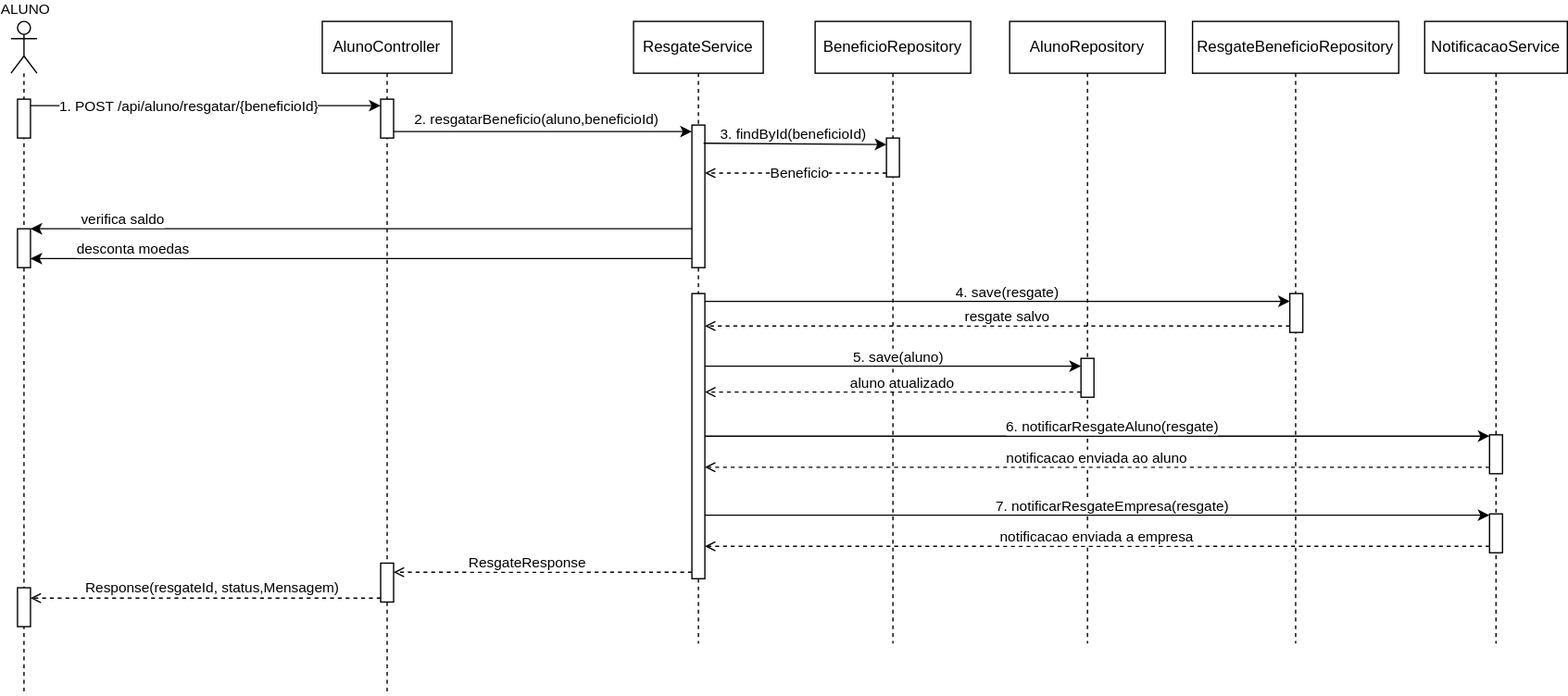
Earlier version of the draw.io export projeto/diagramas de sequencia/DiagramaDeSequenciaTroca de vantagens.svg (Puc-Minas-activities-organization/Sistema-de-Moeda-Estudantil). Source tidied: cells renumbered, new cells last; positions are measured from the earlier drawing's top-left corner, leaving out a move shared by most shapes.
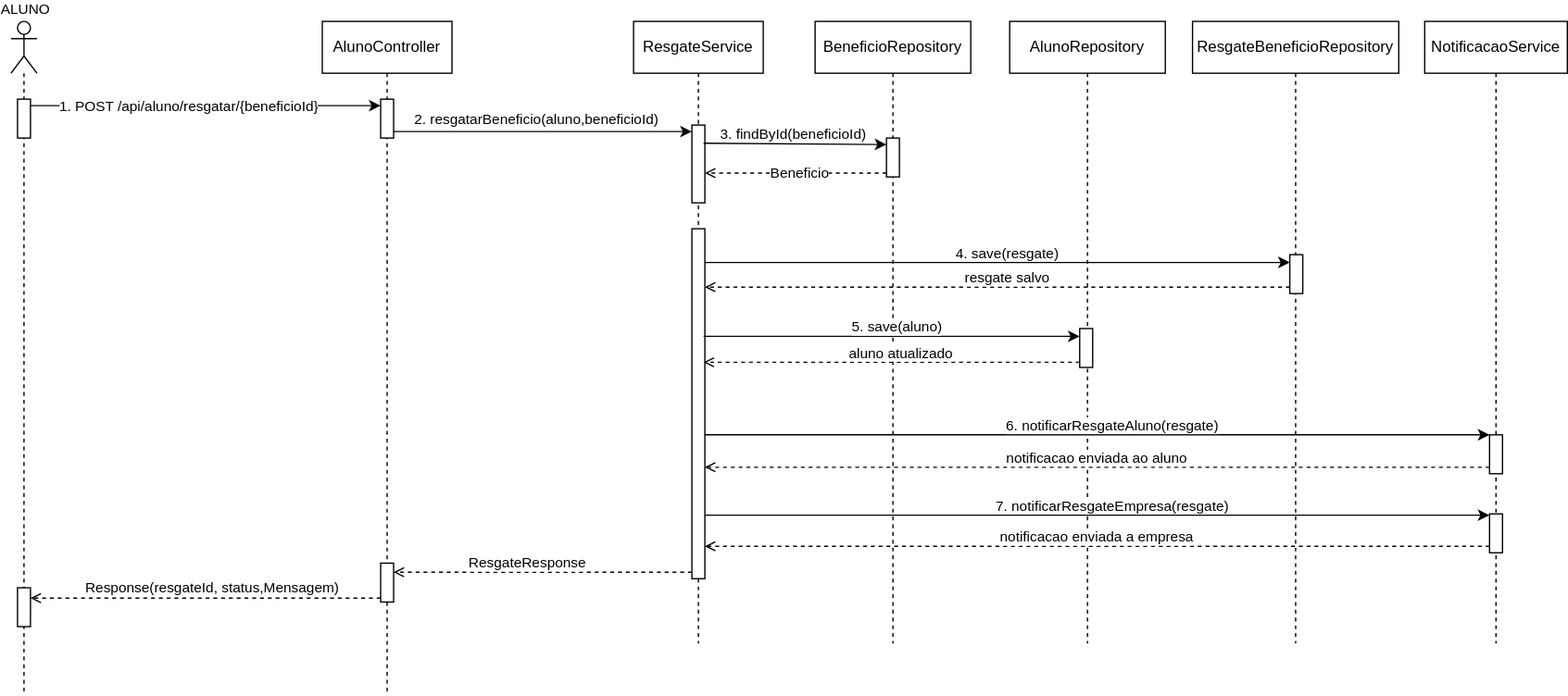
After the change.

Commit message:
Atualizando diagrama

Diff of the diagram source:
```diff
@@ -8,9 +8,6 @@
     <mxCell id="3" style="html=1;points=[[0,0,0,0,5],[0,1,0,0,-5],[1,0,0,0,5],[1,1,0,0,-5]];perimeter=orthogonalPerimeter;outlineConnect=0;targetShapes=umlLifeline;portConstraint=eastwest;newEdgeStyle={&quot;curved&quot;:0,&quot;rounded&quot;:0};" parent="2" vertex="1">
       <mxGeometry x="5" y="60" width="10" height="30" as="geometry" />
     </mxCell>
-    <mxCell id="4" style="html=1;points=[[0,0,0,0,5],[0,1,0,0,-5],[1,0,0,0,5],[1,1,0,0,-5]];perimeter=orthogonalPerimeter;outlineConnect=0;targetShapes=umlLifeline;portConstraint=eastwest;newEdgeStyle={&quot;curved&quot;:0,&quot;rounded&quot;:0};" parent="2" vertex="1">
-      <mxGeometry x="5" y="160" width="10" height="30" as="geometry" />
-    </mxCell>
     <mxCell id="5" style="html=1;points=[[0,0,0,0,5],[0,1,0,0,-5],[1,0,0,0,5],[1,1,0,0,-5]];perimeter=orthogonalPerimeter;outlineConnect=0;targetShapes=umlLifeline;portConstraint=eastwest;newEdgeStyle={&quot;curved&quot;:0,&quot;rounded&quot;:0};" parent="2" vertex="1">
       <mxGeometry x="5" y="437" width="10" height="30" as="geometry" />
     </mxCell>
@@ -33,10 +30,10 @@
       <mxGeometry x="480" y="10" width="100" height="480" as="geometry" />
     </mxCell>
     <mxCell id="12" style="html=1;points=[[0,0,0,0,5],[0,1,0,0,-5],[1,0,0,0,5],[1,1,0,0,-5]];perimeter=orthogonalPerimeter;outlineConnect=0;targetShapes=umlLifeline;portConstraint=eastwest;newEdgeStyle={&quot;curved&quot;:0,&quot;rounded&quot;:0};" parent="11" vertex="1">
-      <mxGeometry x="45" y="80" width="10" height="110" as="geometry" />
+      <mxGeometry x="45" y="80" width="10" height="60" as="geometry" />
     </mxCell>
     <mxCell id="13" style="html=1;points=[[0,0,0,0,5],[0,1,0,0,-5],[1,0,0,0,5],[1,1,0,0,-5]];perimeter=orthogonalPerimeter;outlineConnect=0;targetShapes=umlLifeline;portConstraint=eastwest;newEdgeStyle={&quot;curved&quot;:0,&quot;rounded&quot;:0};" parent="11" vertex="1">
-      <mxGeometry x="45" y="210" width="10" height="220" as="geometry" />
+      <mxGeometry x="45" y="160" width="10" height="270" as="geometry" />
     </mxCell>
     <mxCell id="14" style="edgeStyle=none;html=1;curved=0;rounded=0;" parent="1" edge="1" target="12">
       <mxGeometry relative="1" as="geometry">
@@ -72,34 +69,15 @@
     <mxCell id="21" value="Beneficio" style="edgeLabel;html=1;align=center;verticalAlign=middle;" parent="20" vertex="1">
       <mxGeometry x="-0.03" y="-1" relative="1" as="geometry" />
     </mxCell>
-    <mxCell id="22" style="edgeStyle=none;html=1;curved=0;rounded=0;" parent="1" edge="1" source="12" target="4">
-      <mxGeometry relative="1" as="geometry" />
-    </mxCell>
-    <mxCell id="23" value="verifica saldo" style="edgeLabel;html=1;align=center;verticalAlign=middle;" parent="22" vertex="1">
-      <mxGeometry x="-0.05" y="-2" relative="1" as="geometry">
-        <mxPoint x="-199" y="-6" as="offset" />
-      </mxGeometry>
-    </mxCell>
-    <mxCell id="24" style="edgeStyle=none;html=1;curved=0;rounded=0;" parent="1" edge="1">
-      <mxGeometry relative="1" as="geometry">
-        <mxPoint x="525" y="193" as="sourcePoint" />
-        <mxPoint x="15" y="193" as="targetPoint" />
-      </mxGeometry>
-    </mxCell>
-    <mxCell id="25" value="desconta moedas" style="edgeLabel;html=1;align=center;verticalAlign=middle;" parent="1" vertex="1">
-      <mxGeometry x="109.3" y="163" as="geometry">
-        <mxPoint x="-16" y="22" as="offset" />
-      </mxGeometry>
-    </mxCell>
     <mxCell id="26" value="AlunoRepository" style="shape=umlLifeline;perimeter=lifelinePerimeter;whiteSpace=wrap;html=1;newEdgeStyle={&quot;curved&quot;:0,&quot;rounded&quot;:0};" parent="1" vertex="1">
       <mxGeometry x="770" y="10" width="120" height="480" as="geometry" />
     </mxCell>
     <mxCell id="27" style="html=1;points=[[0,0,0,0,5],[0,1,0,0,-5],[1,0,0,0,5],[1,1,0,0,-5]];perimeter=orthogonalPerimeter;outlineConnect=0;targetShapes=umlLifeline;portConstraint=eastwest;newEdgeStyle={&quot;curved&quot;:0,&quot;rounded&quot;:0};" parent="26" vertex="1">
-      <mxGeometry x="55" y="260" width="10" height="30" as="geometry" />
+      <mxGeometry x="54" y="237" width="10" height="30" as="geometry" />
     </mxCell>
     <mxCell id="28" style="edgeStyle=none;html=1;curved=0;rounded=0;" parent="26" edge="1" target="27">
       <mxGeometry relative="1" as="geometry">
-        <mxPoint x="-235" y="266" as="sourcePoint" />
+        <mxPoint x="-236" y="243" as="sourcePoint" />
       </mxGeometry>
     </mxCell>
     <mxCell id="29" value="5. save(aluno)" style="edgeLabel;html=1;align=center;verticalAlign=middle;" parent="28" vertex="1">
@@ -109,8 +87,8 @@
     </mxCell>
     <mxCell id="30" style="edgeStyle=none;html=1;curved=0;rounded=0;dashed=1;endArrow=open;endFill=0;" parent="26" edge="1">
       <mxGeometry relative="1" as="geometry">
-        <mxPoint x="55" y="286" as="sourcePoint" />
-        <mxPoint x="-235" y="286" as="targetPoint" />
+        <mxPoint x="54" y="263" as="sourcePoint" />
+        <mxPoint x="-236" y="263" as="targetPoint" />
       </mxGeometry>
     </mxCell>
     <mxCell id="31" value="aluno atualizado" style="edgeLabel;html=1;align=center;verticalAlign=middle;" parent="30" vertex="1">
@@ -124,9 +102,6 @@
     <mxCell id="33" value="ResgateBeneficioRepository" style="shape=umlLifeline;perimeter=lifelinePerimeter;whiteSpace=wrap;html=1;newEdgeStyle={&quot;curved&quot;:0,&quot;rounded&quot;:0};" parent="1" vertex="1">
       <mxGeometry x="911" y="10" width="159" height="480" as="geometry" />
     </mxCell>
-    <mxCell id="34" style="html=1;points=[[0,0,0,0,5],[0,1,0,0,-5],[1,0,0,0,5],[1,1,0,0,-5]];perimeter=orthogonalPerimeter;outlineConnect=0;targetShapes=umlLifeline;portConstraint=eastwest;newEdgeStyle={&quot;curved&quot;:0,&quot;rounded&quot;:0};" parent="33" vertex="1">
-      <mxGeometry x="75" y="210" width="10" height="30" as="geometry" />
-    </mxCell>
     <mxCell id="35" style="html=1;points=[[0,0,0,0,5],[0,1,0,0,-5],[1,0,0,0,5],[1,1,0,0,-5]];perimeter=orthogonalPerimeter;outlineConnect=0;targetShapes=umlLifeline;portConstraint=eastwest;newEdgeStyle={&quot;curved&quot;:0,&quot;rounded&quot;:0};" parent="33" vertex="1">
       <mxGeometry x="229" y="319" width="10" height="30" as="geometry" />
     </mxCell>
@@ -153,9 +128,9 @@
         <mxPoint x="-3" y="-7" as="offset" />
       </mxGeometry>
     </mxCell>
-    <mxCell id="41" style="edgeStyle=none;html=1;curved=0;rounded=0;" parent="1" edge="1" target="34">
+    <mxCell id="41" style="edgeStyle=none;html=1;curved=0;rounded=0;" parent="33" edge="1" target="34">
       <mxGeometry relative="1" as="geometry">
-        <mxPoint x="535" y="226" as="sourcePoint" />
+        <mxPoint x="-376" y="186" as="sourcePoint" />
       </mxGeometry>
     </mxCell>
     <mxCell id="42" value="4. save(resgate)" style="edgeLabel;html=1;align=center;verticalAlign=middle;" parent="41" vertex="1">
@@ -163,14 +138,19 @@
         <mxPoint x="-3" y="-7" as="offset" />
       </mxGeometry>
     </mxCell>
-    <mxCell id="43" style="edgeStyle=none;html=1;curved=0;rounded=0;dashed=1;endArrow=open;endFill=0;exitX=0;exitY=1;exitDx=0;exitDy=-5;exitPerimeter=0;" parent="1" edge="1" source="34" target="13">
-      <mxGeometry relative="1" as="geometry" />
+    <mxCell id="43" style="edgeStyle=none;html=1;curved=0;rounded=0;dashed=1;endArrow=open;endFill=0;exitX=0;exitY=1;exitDx=0;exitDy=-5;exitPerimeter=0;" parent="33" edge="1" source="34">
+      <mxGeometry relative="1" as="geometry">
+        <mxPoint x="-376" y="205" as="targetPoint" />
+      </mxGeometry>
     </mxCell>
     <mxCell id="44" value="resgate salvo" style="edgeLabel;html=1;align=center;verticalAlign=middle;" parent="43" vertex="1">
       <mxGeometry x="0.11" y="-2" relative="1" as="geometry">
         <mxPoint x="31" y="-6" as="offset" />
       </mxGeometry>
     </mxCell>
+    <mxCell id="34" style="html=1;points=[[0,0,0,0,5],[0,1,0,0,-5],[1,0,0,0,5],[1,1,0,0,-5]];perimeter=orthogonalPerimeter;outlineConnect=0;targetShapes=umlLifeline;portConstraint=eastwest;newEdgeStyle={&quot;curved&quot;:0,&quot;rounded&quot;:0};" parent="33" vertex="1">
+      <mxGeometry x="75" y="180" width="10" height="30" as="geometry" />
+    </mxCell>
     <mxCell id="45" style="edgeStyle=none;html=1;curved=0;rounded=0;dashed=1;endArrow=open;endFill=0;exitX=0;exitY=1;exitDx=0;exitDy=-5;exitPerimeter=0;" parent="1" edge="1" source="35" target="13">
       <mxGeometry relative="1" as="geometry" />
     </mxCell>
```
